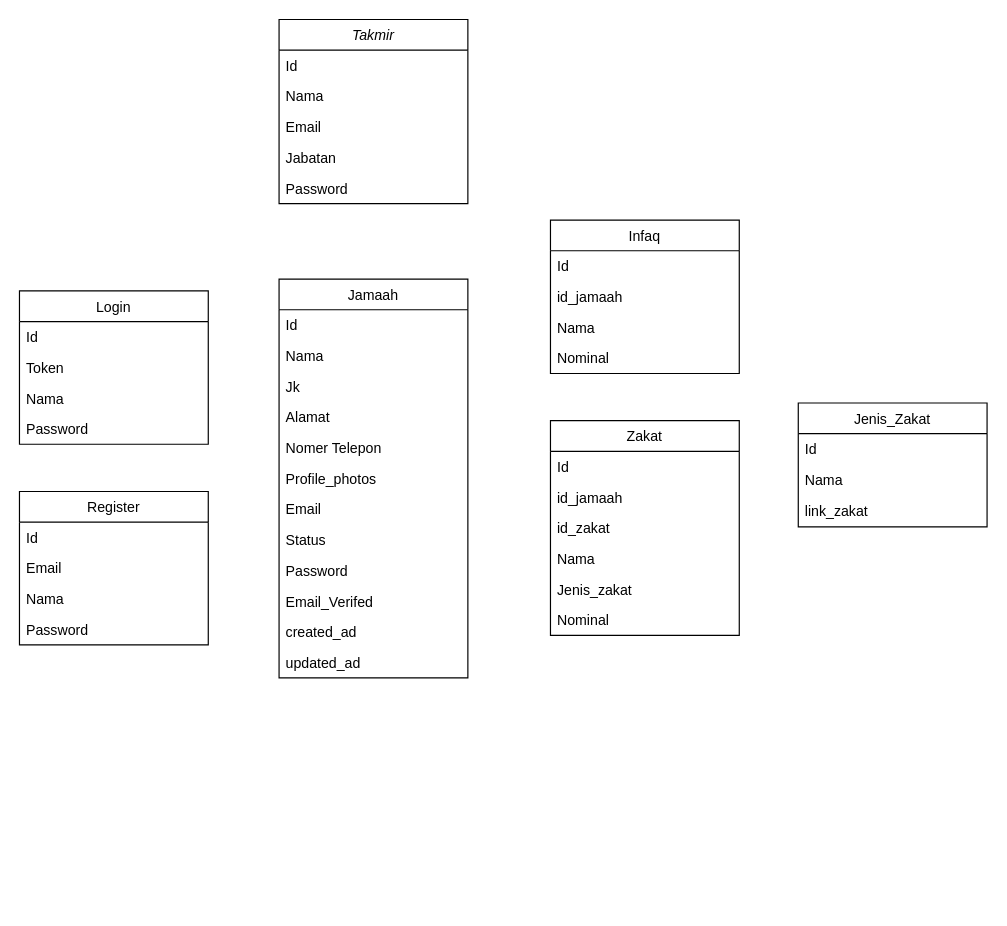
Before: diagramMasjid.drawio in yudhawahyup27/Data, a draw.io diagram. Source tidied: cells renumbered, new cells numbered last; positions are measured from the earlier drawing's top-left corner, leaving out a move shared by most shapes. Both pictures are drawn from the tidied source at 118%, with x=0, y=0 at pixel (19, 19).
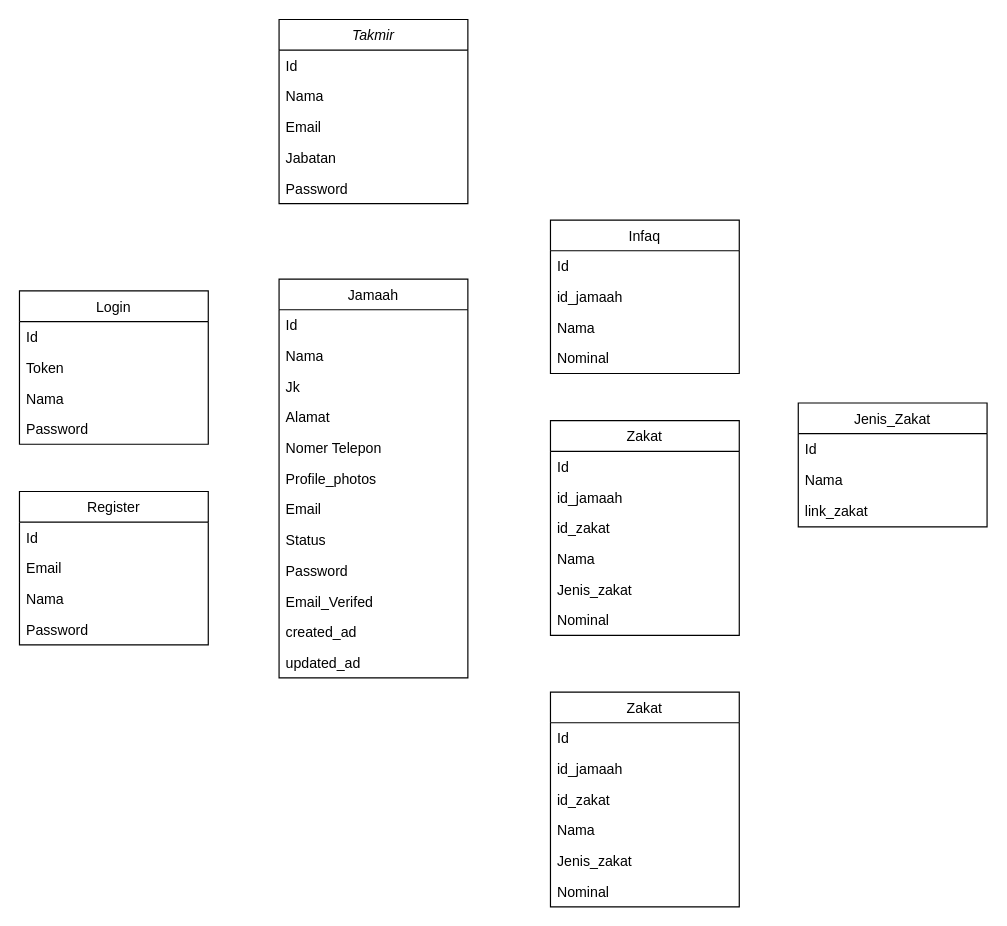
The same page after the edit.

Diff of the diagram source:
```diff
@@
+    <mxCell id="47" value="Zakat" style="swimlane;fontStyle=0;align=center;verticalAlign=top;horizontal=1;startSize=26;rounded=0;shadow=0;strokeWidth=1;" parent="1" vertex="1">
+      <mxGeometry x="450" y="570" width="160" height="182" as="geometry" />
+    </mxCell>
+    <mxCell id="48" value="Id" style="text;align=left;verticalAlign=top;spacingLeft=4;spacingRight=4;overflow=hidden;" parent="47" vertex="1">
+      <mxGeometry y="26" width="160" height="26" as="geometry" />
+    </mxCell>
+    <mxCell id="49" value="id_jamaah" style="text;align=left;verticalAlign=top;spacingLeft=4;spacingRight=4;overflow=hidden;" parent="47" vertex="1">
+      <mxGeometry y="52" width="160" height="26" as="geometry" />
+    </mxCell>
+    <mxCell id="50" value="id_zakat" style="text;align=left;verticalAlign=top;spacingLeft=4;spacingRight=4;overflow=hidden;" parent="47" vertex="1">
+      <mxGeometry y="78" width="160" height="26" as="geometry" />
+    </mxCell>
+    <mxCell id="51" value="Nama" style="text;align=left;verticalAlign=top;spacingLeft=4;spacingRight=4;overflow=hidden;" parent="47" vertex="1">
+      <mxGeometry y="104" width="160" height="26" as="geometry" />
+    </mxCell>
+    <mxCell id="52" value="Jenis_zakat" style="text;align=left;verticalAlign=top;spacingLeft=4;spacingRight=4;overflow=hidden;" parent="47" vertex="1">
+      <mxGeometry y="130" width="160" height="26" as="geometry" />
+    </mxCell>
+    <mxCell id="53" value="Nominal" style="text;align=left;verticalAlign=top;spacingLeft=4;spacingRight=4;overflow=hidden;" parent="47" vertex="1">
+      <mxGeometry y="156" width="160" height="26" as="geometry" />
+    </mxCell>
```
